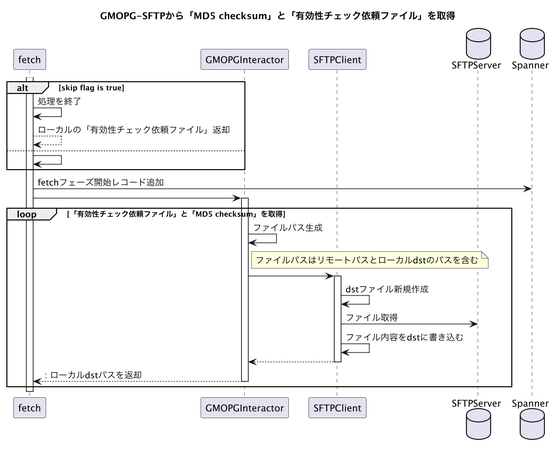
The PlantUML diagram download_files_from_gmopg-sftp.png in norun9/uml, before a commit. Its diagram source:
```plantuml
@startuml download_files_from_gmopg-sftp
scale 2.0
skinparam DefaultFontName メイリオ
title GMOPG-SFTPから「MD5 checksum」と「有効性チェック依頼ファイル」を取得

participant fetch
participant GMOPGInteractor
participant SFTPClient
database SFTPServer
database Spanner

activate fetch
alt skip flag is true
    fetch -> fetch: 処理を終了
    return ローカルの「有効性チェック依頼ファイル」返却
else
    fetch -> fetch
end
fetch -> Spanner: fetchフェーズ開始レコード追加
fetch -> GMOPGInteractor


activate GMOPGInteractor

box 処理対象範囲
    loop 「有効性チェック依頼ファイル」と「MD5 checksum」を取得
        GMOPGInteractor -> GMOPGInteractor: ファイルパス生成
        note right of GMOPGInteractor: ファイルパスはリモートパスとローカルdstのパスを含む
        GMOPGInteractor -> SFTPClient
        activate SFTPClient
        SFTPClient -> SFTPClient: dstファイル新規作成
        SFTPClient -> SFTPServer: ファイル取得
        SFTPClient -> SFTPClient: ファイル内容をdstに書き込む
        return
        return: ローカルdstパスを返却
        deactivate SFTPClient
    end loop
end box
deactivate GMOPGInteractor

deactivate fetch

@enduml
```
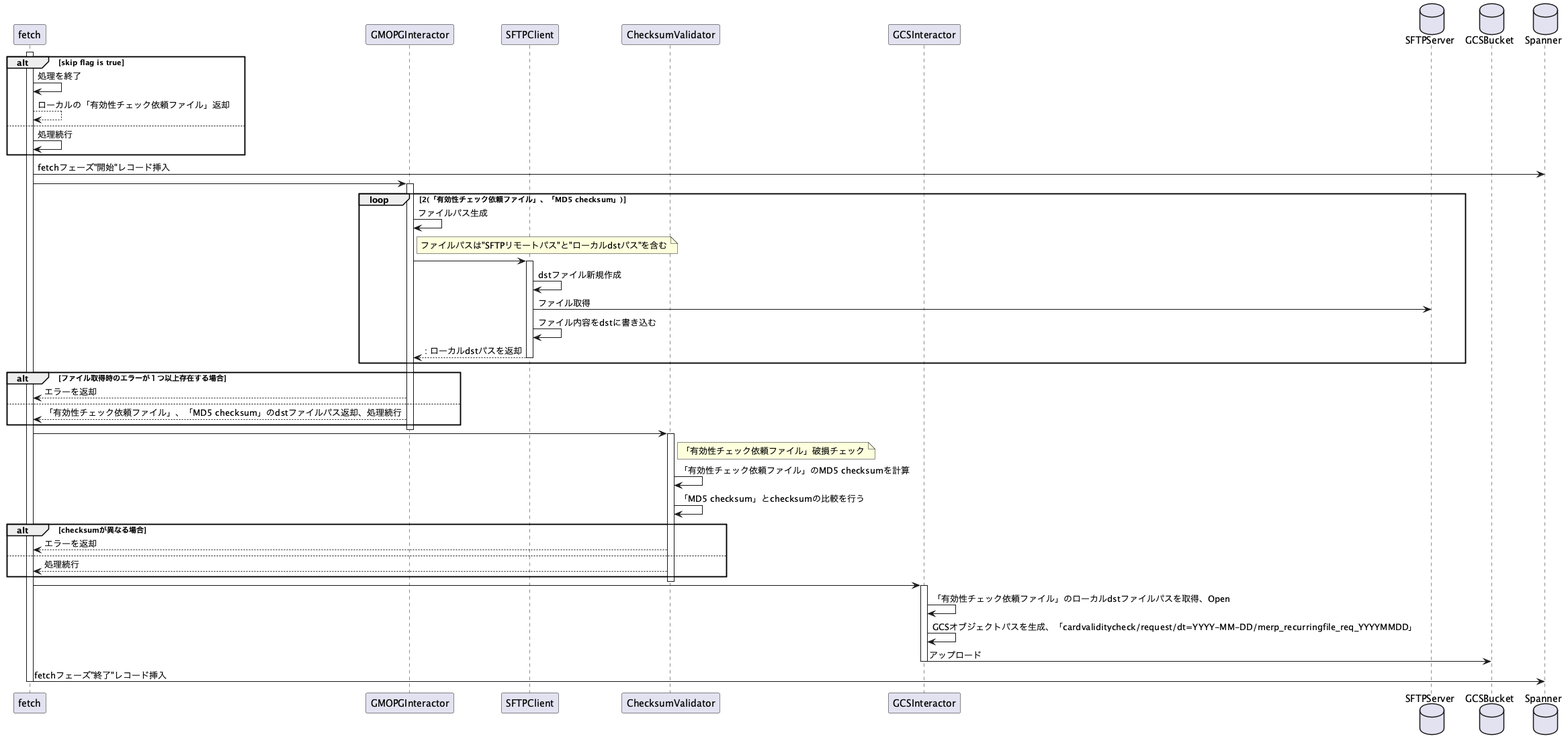
After the commit.

Commit message:
finish fetch

The edit, as a diff of the source:
```diff
@@ -1,12 +1,11 @@
 @startuml download_files_from_gmopg-sftp
-scale 2.0
-skinparam DefaultFontName メイリオ
-title GMOPG-SFTPから「MD5 checksum」と「有効性チェック依頼ファイル」を取得
-
 participant fetch
 participant GMOPGInteractor
 participant SFTPClient
+participant ChecksumValidator
+participant GCSInteractor
 database SFTPServer
+database GCSBucket
 database Spanner
 
 activate fetch
@@ -14,29 +13,50 @@
     fetch -> fetch: 処理を終了
     return ローカルの「有効性チェック依頼ファイル」返却
 else
-    fetch -> fetch
+    fetch -> fetch: 処理続行
 end
-fetch -> Spanner: fetchフェーズ開始レコード追加
+fetch -> Spanner: fetchフェーズ"開始"レコード挿入
 fetch -> GMOPGInteractor
 
+activate GMOPGInteractor
+loop 2(「有効性チェック依頼ファイル」、「MD5 checksum」)
+    GMOPGInteractor -> GMOPGInteractor: ファイルパス生成
+    note right of GMOPGInteractor: ファイルパスは"SFTPリモートパス"と"ローカルdstパス"を含む
+    GMOPGInteractor -> SFTPClient
+    activate SFTPClient
+    SFTPClient -> SFTPClient: dstファイル新規作成
+    SFTPClient -> SFTPServer: ファイル取得
+    SFTPClient -> SFTPClient: ファイル内容をdstに書き込む
+    return: ローカルdstパスを返却
+    deactivate SFTPClient
+end
+alt ファイル取得時のエラーが１つ以上存在する場合
+    GMOPGInteractor --> fetch: エラーを返却
+else
+    GMOPGInteractor --> fetch: 「有効性チェック依頼ファイル」、「MD5 checksum」のdstファイルパス返却、処理続行
+end
+deactivate GMOPGInteractor
 
-activate GMOPGInteractor
+fetch -> ChecksumValidator
+note right of ChecksumValidator: 「有効性チェック依頼ファイル」破損チェック
+activate ChecksumValidator
+ChecksumValidator -> ChecksumValidator:「有効性チェック依頼ファイル」のMD5 checksumを計算
+ChecksumValidator -> ChecksumValidator: 「MD5 checksum」とchecksumの比較を行う
+alt checksumが異なる場合
+    ChecksumValidator --> fetch: エラーを返却
+else
+    ChecksumValidator --> fetch: 処理続行
+end
+deactivate ChecksumValidator
 
-box 処理対象範囲
-    loop 「有効性チェック依頼ファイル」と「MD5 checksum」を取得
-        GMOPGInteractor -> GMOPGInteractor: ファイルパス生成
-        note right of GMOPGInteractor: ファイルパスはリモートパスとローカルdstのパスを含む
-        GMOPGInteractor -> SFTPClient
-        activate SFTPClient
-        SFTPClient -> SFTPClient: dstファイル新規作成
-        SFTPClient -> SFTPServer: ファイル取得
-        SFTPClient -> SFTPClient: ファイル内容をdstに書き込む
-        return
-        return: ローカルdstパスを返却
-        deactivate SFTPClient
-    end loop
-end box
-deactivate GMOPGInteractor
+fetch -> GCSInteractor
+activate GCSInteractor
+GCSInteractor -> GCSInteractor: 「有効性チェック依頼ファイル」のローカルdstファイルパスを取得、Open
+GCSInteractor -> GCSInteractor: GCSオブジェクトパスを生成、「cardvaliditycheck/request/dt=YYYY-MM-DD/merp_recurringfile_req_YYYYMMDD」
+GCSInteractor -> GCSBucket: アップロード
+deactivate GCSInteractor
+
+fetch -> Spanner: fetchフェーズ"終了"レコード挿入
 
 deactivate fetch
 
```
